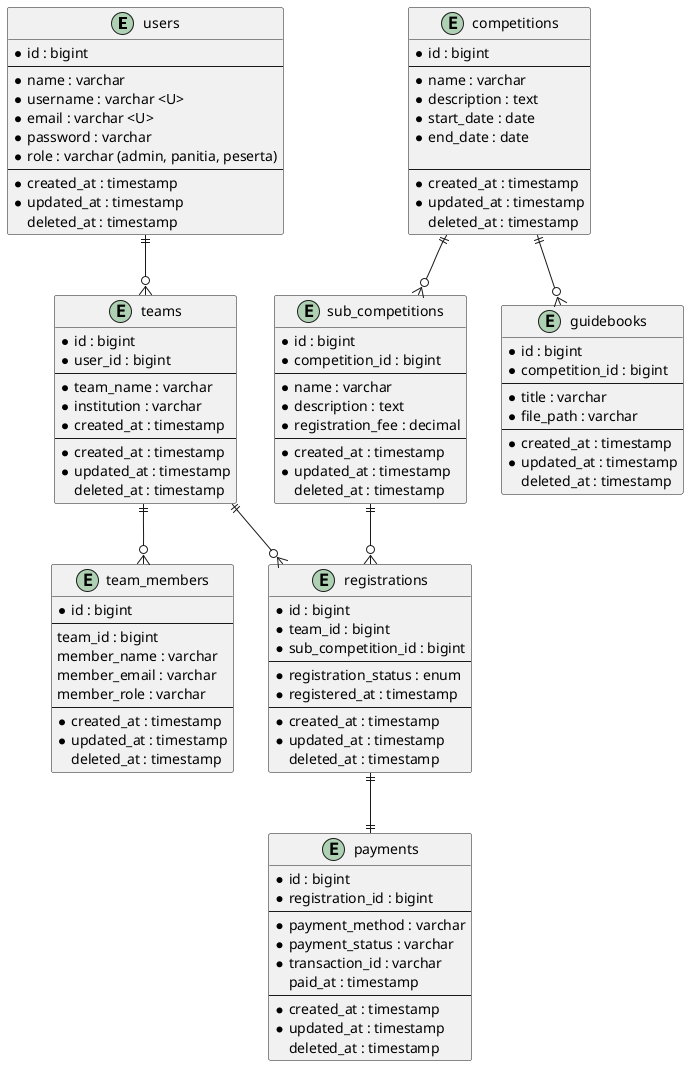
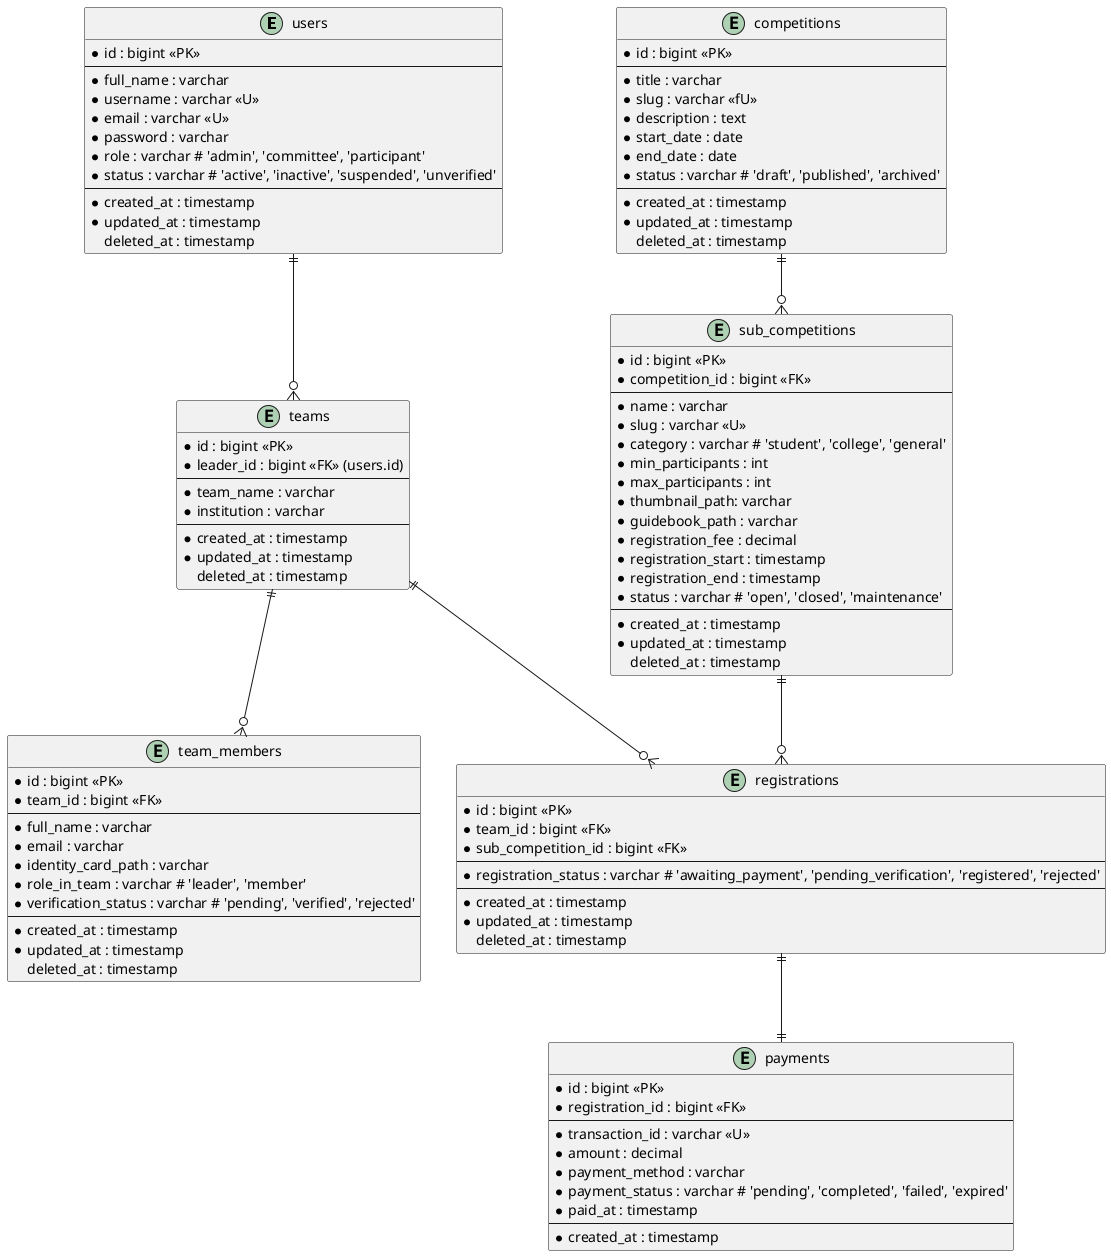
- @startuml erd
+ @startuml competition_system_v2

entity users {
-     * id : bigint
+     * id : bigint <<PK>>
    --
-     * name : varchar
-     * username : varchar <U>
-     * email : varchar <U>
+     * full_name : varchar
+     * username : varchar <<U>>
+     * email : varchar <<U>>
    * password : varchar
-     * role : varchar (admin, panitia, peserta)
+     * role : varchar # 'admin', 'committee', 'participant'
+     * status : varchar # 'active', 'inactive', 'suspended', 'unverified'
    --
    * created_at : timestamp
    * updated_at : timestamp
    deleted_at : timestamp
}

entity competitions {
-     * id : bigint
+     * id : bigint <<PK>>
    --
-     * name : varchar
+     * title : varchar
+     * slug : varchar <<fU>>
    * description : text
    * start_date : date
    * end_date : date
- 
+     * status : varchar # 'draft', 'published', 'archived'
    --
    * created_at : timestamp
    * updated_at : timestamp
    deleted_at : timestamp
}

entity sub_competitions {
-     * id : bigint
-     * competition_id : bigint
+     * id : bigint <<PK>>
+     * competition_id : bigint <<FK>>
    --
    * name : varchar
-     * description : text
+     * slug : varchar <<U>>
+     * category : varchar # 'student', 'college', 'general'
+     * min_participants : int
+     * max_participants : int
+     * thumbnail_path: varchar
+     * guidebook_path : varchar
    * registration_fee : decimal
+     * registration_start : timestamp
+     * registration_end : timestamp
+     * status : varchar # 'open', 'closed', 'maintenance'
    --
    * created_at : timestamp
    * updated_at : timestamp
    deleted_at : timestamp
}

- entity guidebooks {
-     * id : bigint
-     * competition_id : bigint
-     --
-     * title : varchar
-     * file_path : varchar
-     --
-     * created_at : timestamp
-     * updated_at : timestamp
-     deleted_at : timestamp
- }

entity teams {
-     * id : bigint
-     * user_id : bigint
+     * id : bigint <<PK>>
+     * leader_id : bigint <<FK>> (users.id)
    --
    * team_name : varchar
    * institution : varchar
-     * created_at : timestamp
    --
    * created_at : timestamp
    * updated_at : timestamp
    deleted_at : timestamp
}

entity team_members {
-     * id : bigint
+     * id : bigint <<PK>>
+     * team_id : bigint <<FK>>
    --
-     team_id : bigint
-     member_name : varchar
-     member_email : varchar
-     member_role : varchar
+     * full_name : varchar
+     * email : varchar
+     * identity_card_path : varchar
+     * role_in_team : varchar # 'leader', 'member'
+     * verification_status : varchar # 'pending', 'verified', 'rejected'
    --
    * created_at : timestamp
    * updated_at : timestamp
    deleted_at : timestamp
}

entity registrations {
-     * id : bigint
-     * team_id : bigint
-     * sub_competition_id : bigint
+     * id : bigint <<PK>>
+     * team_id : bigint <<FK>>
+     * sub_competition_id : bigint <<FK>>
    --
-     * registration_status : enum
-     * registered_at : timestamp
+     * registration_status : varchar # 'awaiting_payment', 'pending_verification', 'registered', 'rejected'
    --
    * created_at : timestamp
    * updated_at : timestamp
    deleted_at : timestamp
}

entity payments {
-     * id : bigint
-     * registration_id : bigint
+     * id : bigint <<PK>>
+     * registration_id : bigint <<FK>>
    --
+     * transaction_id : varchar <<U>>
+     * amount : decimal
    * payment_method : varchar
-     * payment_status : varchar
-     * transaction_id : varchar
-     paid_at : timestamp
+     * payment_status : varchar # 'pending', 'completed', 'failed', 'expired'
+     * paid_at : timestamp
    --
    * created_at : timestamp
-     * updated_at : timestamp
-     deleted_at : timestamp
}

users ||--o{ teams
teams ||--o{ team_members
teams ||--o{ registrations
sub_competitions ||--o{ registrations
registrations ||--|| payments
- 
competitions ||--o{ sub_competitions
- competitions ||--o{ guidebooks

@enduml